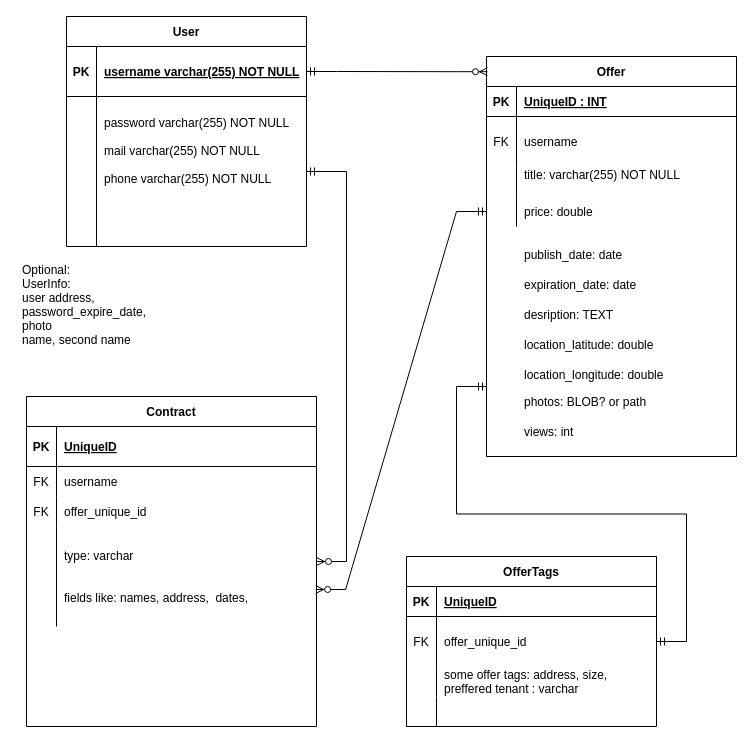
The draw.io diagram StudentRent.drawio in JakubKedzierski/mobilne_systemy, before the edit. Source tidied: cells renumbered, new cells numbered last; positions are measured from the earlier drawing's top-left corner, leaving out a move shared by most shapes. Both pictures are drawn from the tidied source at 100%, with x=0, y=0 at pixel (16, 16).
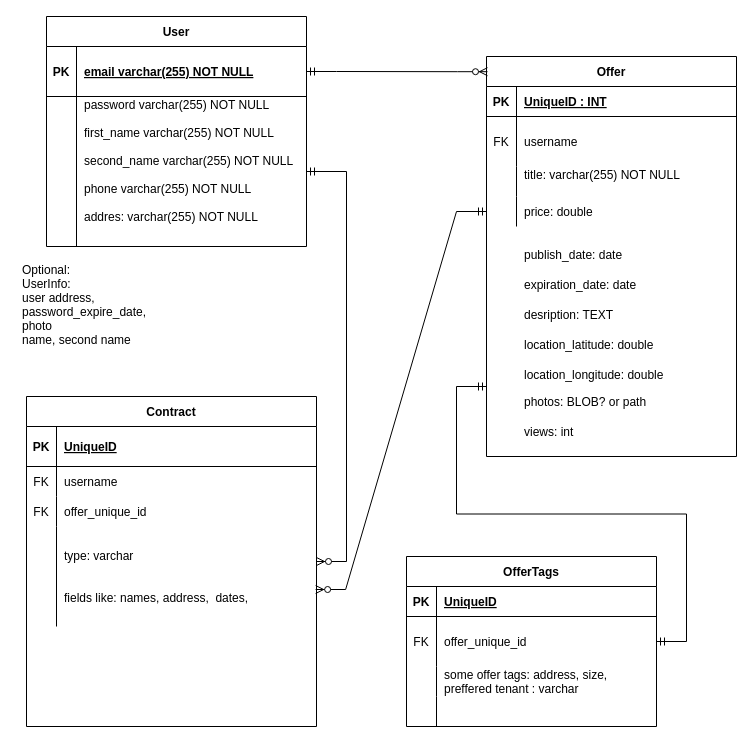
The same diagram, later.

Diff of the diagram source:
```diff
@@
     <mxCell id="2" value="User" style="shape=table;startSize=30;childLayout=tableLayout;rowLines=0;fontStyle=1;align=center;" parent="1" vertex="1">
-      <mxGeometry x="50" width="240" height="230" as="geometry" />
+      <mxGeometry x="30" width="260" height="230" as="geometry" />
     </mxCell>
     <mxCell id="3" style="shape=partialRectangle;fillColor=none;points=[[0,0.5],[1,0.5]];portConstraint=eastwest;top=0;left=0;right=0;bottom=1;" parent="2" vertex="1">
-      <mxGeometry y="30" width="240" height="50" as="geometry" />
+      <mxGeometry y="30" width="260" height="50" as="geometry" />
     </mxCell>
@@
-    <mxCell id="5" value="username varchar(255) NOT NULL " style="shape=partialRectangle;overflow=hidden;fillColor=none;top=0;left=0;bottom=0;right=0;align=left;spacingLeft=6;fontStyle=5;" parent="3" vertex="1">
-      <mxGeometry x="30" width="210" height="50" as="geometry" />
+    <mxCell id="5" value="email varchar(255) NOT NULL " style="shape=partialRectangle;overflow=hidden;fillColor=none;top=0;left=0;bottom=0;right=0;align=left;spacingLeft=6;fontStyle=5;" parent="3" vertex="1">
+      <mxGeometry x="30" width="230" height="50" as="geometry" />
     </mxCell>
     <mxCell id="6" style="shape=partialRectangle;fillColor=none;points=[[0,0.5],[1,0.5]];portConstraint=eastwest;top=0;left=0;right=0;bottom=0;" parent="2" vertex="1">
-      <mxGeometry y="80" width="240" height="150" as="geometry" />
+      <mxGeometry y="80" width="260" height="150" as="geometry" />
     </mxCell>
@@
-    <mxCell id="8" value="password varchar(255) NOT NULL&#10;&#10;mail varchar(255) NOT NULL&#10;&#10;phone varchar(255) NOT NULL&#10;&#10;&#10;" style="shape=partialRectangle;overflow=hidden;fillColor=none;top=0;left=0;bottom=0;right=0;align=left;spacingLeft=6;" parent="6" vertex="1">
-      <mxGeometry x="30" width="210" height="150" as="geometry" />
+    <mxCell id="8" value="password varchar(255) NOT NULL&#10;&#10;first_name varchar(255) NOT NULL&#10;&#10;second_name varchar(255) NOT NULL&#10;&#10;phone varchar(255) NOT NULL&#10;&#10;addres: varchar(255) NOT NULL&#10;&#10;" style="shape=partialRectangle;overflow=hidden;fillColor=none;top=0;left=0;bottom=0;right=0;align=left;spacingLeft=6;" parent="6" vertex="1">
+      <mxGeometry x="30" width="230" height="150" as="geometry" />
     </mxCell>
```
